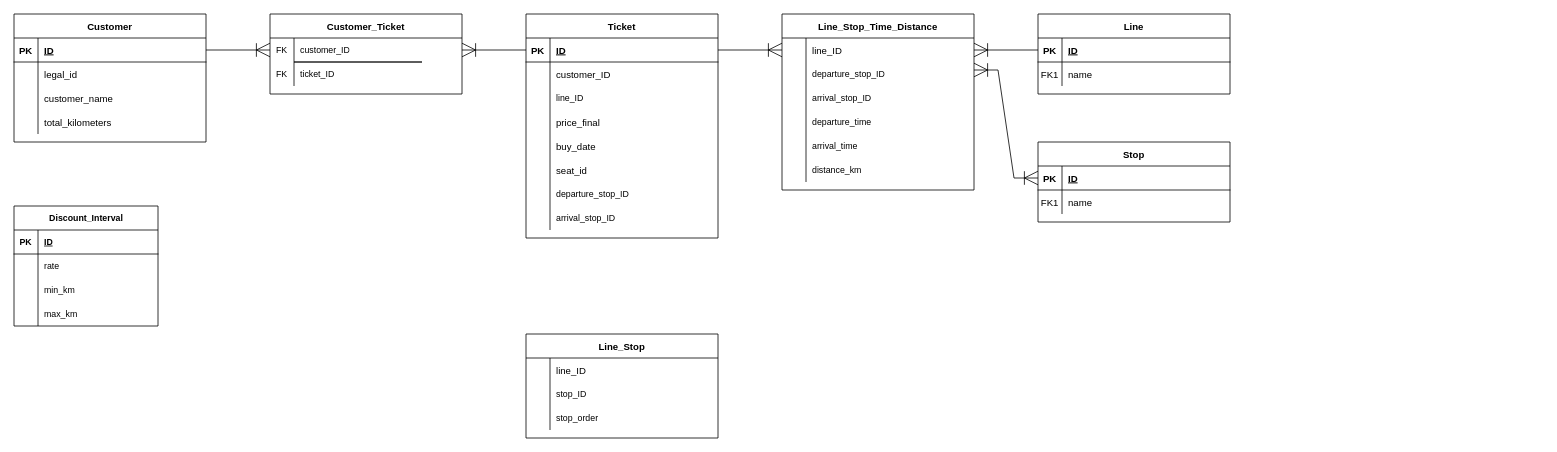
This is bustransport.drawio from satosamo/bustransport, a draw.io file, before an edit. Source tidied: cells renumbered, new cells numbered last; positions are measured from the earlier drawing's top-left corner, leaving out a move shared by most shapes. Both pictures are drawn from the tidied source at 80%, with x=0, y=0 at pixel (14, 14).
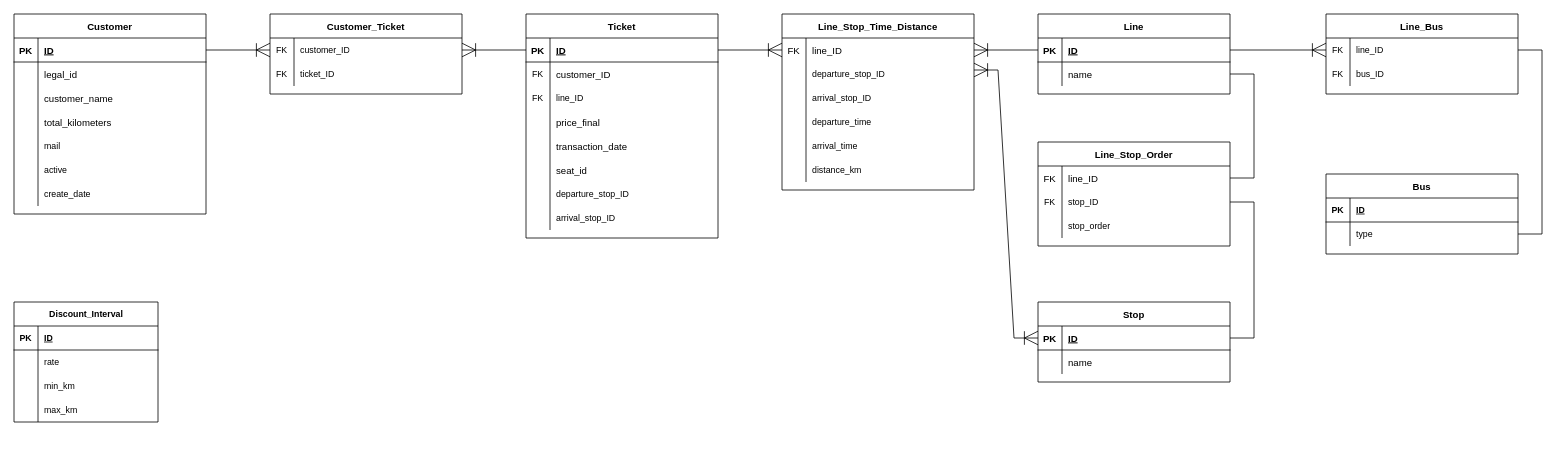
The same diagram, later.

Unchanged cells that the change refers to:
```xml
<mxCell id="3" style="shape=partialRectangle;fillColor=none;points=[[0,0.5],[1,0.5]];portConstraint=eastwest;top=0;left=0;right=0;bottom=1;" parent="2" vertex="1">
  <mxGeometry y="30" width="240" height="30" as="geometry" />
</mxCell>
<mxCell id="6" style="shape=partialRectangle;fillColor=none;top=0;left=0;right=0;bottom=0;" parent="2" vertex="1">
  <mxGeometry y="60" width="240" height="30" as="geometry" />
</mxCell>
<mxCell id="47" style="shape=partialRectangle;fillColor=none;points=[[0,0.5],[1,0.5]];portConstraint=eastwest;top=0;left=0;right=0;bottom=1;" parent="46" vertex="1">
  <mxGeometry y="30" width="240" height="30" as="geometry" />
</mxCell>
<mxCell id="50" style="shape=partialRectangle;fillColor=none;points=[[0,0.5],[1,0.5]];portConstraint=eastwest;top=0;left=0;right=0;bottom=0;" parent="46" vertex="1">
  <mxGeometry y="60" width="240" height="30" as="geometry" />
</mxCell>
<mxCell id="54" style="shape=partialRectangle;fillColor=none;points=[[0,0.5],[1,0.5]];portConstraint=eastwest;top=0;left=0;right=0;bottom=0;" parent="53" vertex="1">
  <mxGeometry y="30" width="240" height="30" as="geometry" />
</mxCell>
<mxCell id="57" style="shape=tableRow;horizontal=0;startSize=0;swimlaneHead=0;swimlaneBody=0;fillColor=none;points=[[0,0.5],[1,0.5]];portConstraint=eastwest;top=0;left=0;right=0;bottom=0;align=center;verticalAlign=middle;fontFamily=Helvetica;fontSize=11;fontColor=default;labelBackgroundColor=default;" parent="53" vertex="1">
  <mxGeometry y="60" width="240" height="30" as="geometry" />
</mxCell>
<mxCell id="67" style="shape=tableRow;horizontal=0;startSize=0;swimlaneHead=0;swimlaneBody=0;fillColor=none;top=0;left=0;right=0;bottom=0;align=center;verticalAlign=middle;fontFamily=Helvetica;fontSize=11;fontColor=default;labelBackgroundColor=default;" parent="63" vertex="1">
  <mxGeometry y="60" width="240" height="30" as="geometry" />
</mxCell>
<mxCell id="70" style="shape=tableRow;horizontal=0;startSize=0;swimlaneHead=0;swimlaneBody=0;fillColor=none;top=0;left=0;right=0;bottom=0;align=center;verticalAlign=middle;fontFamily=Helvetica;fontSize=11;fontColor=default;labelBackgroundColor=default;" parent="63" vertex="1">
  <mxGeometry y="90" width="240" height="30" as="geometry" />
</mxCell>
<mxCell id="76" style="shape=partialRectangle;fillColor=none;top=0;left=0;right=0;bottom=0;" parent="63" vertex="1">
  <mxGeometry y="150" width="240" height="30" as="geometry" />
</mxCell>
<mxCell id="89" style="shape=partialRectangle;fillColor=none;points=[[0,0.5],[1,0.5]];portConstraint=eastwest;top=0;left=0;right=0;bottom=0;" parent="88" vertex="1">
  <mxGeometry y="30" width="240" height="30" as="geometry" />
</mxCell>
```

Change to the diagram source:
```diff
@@
     <mxCell id="2" value="Stop" style="shape=table;startSize=30;childLayout=tableLayout;rowLines=0;fontStyle=1;align=center;" parent="1" vertex="1">
-      <mxGeometry x="1280" y="160" width="240" height="100" as="geometry" />
+      <mxGeometry x="1280" y="360" width="240" height="100" as="geometry" />
     </mxCell>
@@
-    <mxCell id="7" value="FK1" style="shape=partialRectangle;overflow=hidden;fillColor=none;top=0;left=0;bottom=0;right=0;" parent="6" vertex="1">
+    <mxCell id="7" style="shape=partialRectangle;overflow=hidden;fillColor=none;top=0;left=0;bottom=0;right=0;" parent="6" vertex="1">
       <mxGeometry width="30" height="30" as="geometry" />
     </mxCell>
@@
     <mxCell id="9" value="Customer" style="shape=table;startSize=30;childLayout=tableLayout;rowLines=0;fontStyle=1;align=center;" parent="1" vertex="1">
-      <mxGeometry width="240" height="160" as="geometry" />
+      <mxGeometry width="240" height="250" as="geometry" />
     </mxCell>
@@
+    <mxCell id="110" style="shape=tableRow;horizontal=0;startSize=0;swimlaneHead=0;swimlaneBody=0;fillColor=none;top=0;left=0;right=0;bottom=0;align=center;verticalAlign=middle;fontFamily=Helvetica;fontSize=11;fontColor=default;labelBackgroundColor=default;" parent="9" vertex="1">
+      <mxGeometry y="150" width="240" height="30" as="geometry" />
+    </mxCell>
+    <mxCell id="111" style="shape=partialRectangle;fillColor=none;top=0;left=0;bottom=0;right=0;overflow=hidden;align=center;verticalAlign=middle;fontFamily=Helvetica;fontSize=11;fontColor=default;labelBackgroundColor=default;" parent="110" vertex="1">
+      <mxGeometry width="30" height="30" as="geometry" />
+    </mxCell>
+    <mxCell id="112" value="mail" style="shape=partialRectangle;fillColor=none;top=0;left=0;bottom=0;right=0;align=left;spacingLeft=6;overflow=hidden;verticalAlign=middle;fontFamily=Helvetica;fontSize=11;fontColor=default;labelBackgroundColor=default;" parent="110" vertex="1">
+      <mxGeometry x="30" width="210" height="30" as="geometry" />
+    </mxCell>
+    <mxCell id="113" style="shape=tableRow;horizontal=0;startSize=0;swimlaneHead=0;swimlaneBody=0;fillColor=none;top=0;left=0;right=0;bottom=0;align=center;verticalAlign=middle;fontFamily=Helvetica;fontSize=11;fontColor=default;labelBackgroundColor=default;" parent="9" vertex="1">
+      <mxGeometry y="180" width="240" height="30" as="geometry" />
+    </mxCell>
+    <mxCell id="114" style="shape=partialRectangle;fillColor=none;top=0;left=0;bottom=0;right=0;overflow=hidden;align=center;verticalAlign=middle;fontFamily=Helvetica;fontSize=11;fontColor=default;labelBackgroundColor=default;" parent="113" vertex="1">
+      <mxGeometry width="30" height="30" as="geometry" />
+    </mxCell>
+    <mxCell id="115" value="active" style="shape=partialRectangle;fillColor=none;top=0;left=0;bottom=0;right=0;align=left;spacingLeft=6;overflow=hidden;verticalAlign=middle;fontFamily=Helvetica;fontSize=11;fontColor=default;labelBackgroundColor=default;" parent="113" vertex="1">
+      <mxGeometry x="30" width="210" height="30" as="geometry" />
+    </mxCell>
+    <mxCell id="116" style="shape=tableRow;horizontal=0;startSize=0;swimlaneHead=0;swimlaneBody=0;fillColor=none;top=0;left=0;right=0;bottom=0;align=center;verticalAlign=middle;fontFamily=Helvetica;fontSize=11;fontColor=default;labelBackgroundColor=default;" parent="9" vertex="1">
+      <mxGeometry y="210" width="240" height="30" as="geometry" />
+    </mxCell>
+    <mxCell id="117" style="shape=partialRectangle;fillColor=none;top=0;left=0;bottom=0;right=0;overflow=hidden;align=center;verticalAlign=middle;fontFamily=Helvetica;fontSize=11;fontColor=default;labelBackgroundColor=default;" parent="116" vertex="1">
+      <mxGeometry width="30" height="30" as="geometry" />
+    </mxCell>
+    <mxCell id="118" value="create_date" style="shape=partialRectangle;fillColor=none;top=0;left=0;bottom=0;right=0;align=left;spacingLeft=6;overflow=hidden;verticalAlign=middle;fontFamily=Helvetica;fontSize=11;fontColor=default;labelBackgroundColor=default;" parent="116" vertex="1">
+      <mxGeometry x="30" width="210" height="30" as="geometry" />
+    </mxCell>
@@
-    <mxCell id="29" style="endArrow=none;html=1;rounded=0;strokeColor=default;strokeWidth=1;align=center;verticalAlign=middle;fontFamily=Helvetica;fontSize=11;fontColor=default;labelBackgroundColor=default;edgeStyle=entityRelationEdgeStyle;endSize=15;" parent="1" edge="1">
-      <mxGeometry relative="1" as="geometry">
-        <mxPoint x="350" y="60" as="sourcePoint" />
-        <mxPoint x="510" y="60" as="targetPoint" />
-      </mxGeometry>
-    </mxCell>
-    <mxCell id="30" style="endArrow=none;html=1;rounded=0;strokeColor=default;strokeWidth=1;align=center;verticalAlign=middle;fontFamily=Helvetica;fontSize=11;fontColor=default;labelBackgroundColor=default;edgeStyle=entityRelationEdgeStyle;endSize=15;" parent="1" edge="1">
-      <mxGeometry relative="1" as="geometry">
-        <mxPoint x="350" y="60" as="sourcePoint" />
-        <mxPoint x="510" y="60" as="targetPoint" />
-      </mxGeometry>
-    </mxCell>
@@
     <mxCell id="33" value="Discount_Interval" style="shape=table;startSize=30;childLayout=tableLayout;rowLines=0;fontStyle=1;align=center;html=1;verticalAlign=middle;fontFamily=Helvetica;fontSize=11;fontColor=default;labelBackgroundColor=default;fillColor=none;gradientColor=none;" parent="1" vertex="1">
-      <mxGeometry y="240" width="180" height="150" as="geometry" />
+      <mxGeometry y="360" width="180" height="150" as="geometry" />
     </mxCell>
@@
-    <mxCell id="51" value="FK1" style="shape=partialRectangle;overflow=hidden;fillColor=none;top=0;left=0;bottom=0;right=0;" parent="50" vertex="1">
+    <mxCell id="51" style="shape=partialRectangle;overflow=hidden;fillColor=none;top=0;left=0;bottom=0;right=0;" parent="50" vertex="1">
       <mxGeometry width="30" height="30" as="geometry" />
     </mxCell>
@@
-    <mxCell id="53" value="Line_Stop" style="shape=table;startSize=30;childLayout=tableLayout;rowLines=0;fontStyle=1;align=center;" parent="1" vertex="1">
-      <mxGeometry x="640" y="400" width="240" height="130" as="geometry" />
+    <mxCell id="53" value="Line_Stop_Order" style="shape=table;startSize=30;childLayout=tableLayout;rowLines=0;fontStyle=1;align=center;" parent="1" vertex="1">
+      <mxGeometry x="1280" y="160" width="240" height="130" as="geometry" />
     </mxCell>
@@
-    <mxCell id="55" style="shape=partialRectangle;overflow=hidden;fillColor=none;top=0;left=0;bottom=0;right=0;" parent="54" vertex="1">
+    <mxCell id="55" value="FK" style="shape=partialRectangle;overflow=hidden;fillColor=none;top=0;left=0;bottom=0;right=0;" parent="54" vertex="1">
       <mxGeometry width="30" height="30" as="geometry" />
     </mxCell>
@@
-    <mxCell id="58" style="shape=partialRectangle;fillColor=none;top=0;left=0;bottom=0;right=0;fontStyle=0;overflow=hidden;whiteSpace=wrap;html=1;align=center;verticalAlign=middle;fontFamily=Helvetica;fontSize=11;fontColor=default;labelBackgroundColor=default;" parent="57" vertex="1">
+    <mxCell id="58" value="FK" style="shape=partialRectangle;fillColor=none;top=0;left=0;bottom=0;right=0;fontStyle=0;overflow=hidden;whiteSpace=wrap;html=1;align=center;verticalAlign=middle;fontFamily=Helvetica;fontSize=11;fontColor=default;labelBackgroundColor=default;" parent="57" vertex="1">
       <mxGeometry width="30" height="30" as="geometry" />
     </mxCell>
@@
-    <mxCell id="68" style="shape=partialRectangle;fillColor=none;top=0;left=0;bottom=0;right=0;overflow=hidden;align=center;verticalAlign=middle;fontFamily=Helvetica;fontSize=11;fontColor=default;labelBackgroundColor=default;" parent="67" vertex="1">
+    <mxCell id="68" value="FK" style="shape=partialRectangle;fillColor=none;top=0;left=0;bottom=0;right=0;overflow=hidden;align=center;verticalAlign=middle;fontFamily=Helvetica;fontSize=11;fontColor=default;labelBackgroundColor=default;" parent="67" vertex="1">
       <mxGeometry width="30" height="30" as="geometry" />
     </mxCell>
@@
-    <mxCell id="71" style="shape=partialRectangle;fillColor=none;top=0;left=0;bottom=0;right=0;overflow=hidden;align=center;verticalAlign=middle;fontFamily=Helvetica;fontSize=11;fontColor=default;labelBackgroundColor=default;" parent="70" vertex="1">
+    <mxCell id="71" value="FK" style="shape=partialRectangle;fillColor=none;top=0;left=0;bottom=0;right=0;overflow=hidden;align=center;verticalAlign=middle;fontFamily=Helvetica;fontSize=11;fontColor=default;labelBackgroundColor=default;" parent="70" vertex="1">
       <mxGeometry width="30" height="30" as="geometry" />
     </mxCell>
@@
-    <mxCell id="78" value="buy_date" style="shape=partialRectangle;overflow=hidden;fillColor=none;top=0;left=0;bottom=0;right=0;align=left;spacingLeft=6;" parent="76" vertex="1">
+    <mxCell id="78" value="transaction_date" style="shape=partialRectangle;overflow=hidden;fillColor=none;top=0;left=0;bottom=0;right=0;align=left;spacingLeft=6;" parent="76" vertex="1">
       <mxGeometry x="30" width="210" height="30" as="geometry" />
     </mxCell>
@@
-    <mxCell id="90" style="shape=partialRectangle;overflow=hidden;fillColor=none;top=0;left=0;bottom=0;right=0;" parent="89" vertex="1">
+    <mxCell id="90" value="FK" style="shape=partialRectangle;overflow=hidden;fillColor=none;top=0;left=0;bottom=0;right=0;" parent="89" vertex="1">
       <mxGeometry width="30" height="30" as="geometry" />
     </mxCell>
@@
+    <mxCell id="119" style="endArrow=none;html=1;rounded=0;strokeColor=default;strokeWidth=1;align=center;verticalAlign=middle;fontFamily=Helvetica;fontSize=11;fontColor=default;labelBackgroundColor=default;edgeStyle=entityRelationEdgeStyle;endSize=15;entryX=1;entryY=0.5;entryDx=0;entryDy=0;exitX=1;exitY=0.5;exitDx=0;exitDy=0;" parent="1" edge="1" source="50" target="54">
+      <mxGeometry relative="1" as="geometry" />
+    </mxCell>
+    <mxCell id="120" style="endArrow=none;html=1;rounded=0;strokeColor=default;strokeWidth=1;align=center;verticalAlign=middle;fontFamily=Helvetica;fontSize=11;fontColor=default;labelBackgroundColor=default;edgeStyle=entityRelationEdgeStyle;endSize=15;entryX=1;entryY=0.5;entryDx=0;entryDy=0;exitX=1;exitY=0.5;exitDx=0;exitDy=0;" parent="1" edge="1" source="3" target="57">
+      <mxGeometry relative="1" as="geometry" />
+    </mxCell>
+    <mxCell id="121" value="Line_Bus" style="shape=table;startSize=30;childLayout=tableLayout;rowLines=0;fontStyle=1;align=center;" parent="1" vertex="1">
+      <mxGeometry x="1640" width="240" height="100" as="geometry" />
+    </mxCell>
+    <mxCell id="122" style="shape=tableRow;horizontal=0;startSize=0;swimlaneHead=0;swimlaneBody=0;fillColor=none;points=[[0,0.5],[1,0.5]];portConstraint=eastwest;top=0;left=0;right=0;bottom=0;align=center;verticalAlign=middle;fontFamily=Helvetica;fontSize=11;fontColor=default;labelBackgroundColor=default;" parent="121" vertex="1">
+      <mxGeometry y="30" width="240" height="30" as="geometry" />
+    </mxCell>
+    <mxCell id="123" value="FK" style="shape=partialRectangle;fillColor=none;top=0;left=0;bottom=0;right=0;overflow=hidden;align=center;verticalAlign=middle;fontFamily=Helvetica;fontSize=11;fontColor=default;labelBackgroundColor=default;" parent="122" vertex="1">
+      <mxGeometry width="30" height="30" as="geometry" />
+    </mxCell>
+    <mxCell id="124" value="line_ID" style="shape=partialRectangle;fillColor=none;top=0;left=0;bottom=0;right=0;align=left;spacingLeft=6;overflow=hidden;verticalAlign=middle;fontFamily=Helvetica;fontSize=11;fontColor=default;labelBackgroundColor=default;" parent="122" vertex="1">
+      <mxGeometry x="30" width="210" height="30" as="geometry" />
+    </mxCell>
+    <mxCell id="125" style="shape=tableRow;horizontal=0;startSize=0;swimlaneHead=0;swimlaneBody=0;fillColor=none;top=0;left=0;right=0;bottom=0;align=center;verticalAlign=middle;fontFamily=Helvetica;fontSize=11;fontColor=default;labelBackgroundColor=default;" parent="121" vertex="1">
+      <mxGeometry y="60" width="240" height="30" as="geometry" />
+    </mxCell>
+    <mxCell id="126" value="FK" style="shape=partialRectangle;fillColor=none;top=0;left=0;bottom=0;right=0;overflow=hidden;align=center;verticalAlign=middle;fontFamily=Helvetica;fontSize=11;fontColor=default;labelBackgroundColor=default;" parent="125" vertex="1">
+      <mxGeometry width="30" height="30" as="geometry" />
+    </mxCell>
+    <mxCell id="127" value="bus_ID" style="shape=partialRectangle;fillColor=none;top=0;left=0;bottom=0;right=0;align=left;spacingLeft=6;overflow=hidden;verticalAlign=middle;fontFamily=Helvetica;fontSize=11;fontColor=default;labelBackgroundColor=default;" parent="125" vertex="1">
+      <mxGeometry x="30" width="210" height="30" as="geometry" />
+    </mxCell>
+    <mxCell id="128" style="edgeStyle=entityRelationEdgeStyle;fontSize=12;html=1;endArrow=none;rounded=0;strokeColor=default;strokeWidth=1;align=center;verticalAlign=middle;fontFamily=Helvetica;fontColor=default;labelBackgroundColor=default;endSize=15;entryX=1;entryY=0.5;entryDx=0;entryDy=0;exitX=0;exitY=0.5;exitDx=0;exitDy=0;startSize=15;startArrow=ERoneToMany;startFill=0;endFill=0;" parent="1" edge="1" source="122" target="47">
+      <mxGeometry relative="1" as="geometry">
+        <Array as="points">
+          <mxPoint x="1260" y="200.5" />
+          <mxPoint x="1250" y="80" />
+          <mxPoint x="1230" y="100" />
+        </Array>
+      </mxGeometry>
+    </mxCell>
+    <mxCell id="129" value="Bus" style="shape=table;startSize=30;childLayout=tableLayout;rowLines=0;fontStyle=1;align=center;" parent="1" vertex="1">
+      <mxGeometry x="1640" y="200" width="240" height="100" as="geometry" />
+    </mxCell>
+    <mxCell id="130" style="shape=tableRow;horizontal=0;startSize=0;swimlaneHead=0;swimlaneBody=0;fillColor=none;top=0;left=0;right=0;bottom=1;align=center;verticalAlign=middle;fontFamily=Helvetica;fontSize=11;fontColor=default;labelBackgroundColor=default;" parent="129" vertex="1">
+      <mxGeometry y="30" width="240" height="30" as="geometry" />
+    </mxCell>
+    <mxCell id="131" value="PK" style="shape=partialRectangle;fillColor=none;top=0;left=0;bottom=0;right=0;fontStyle=1;overflow=hidden;whiteSpace=wrap;html=1;align=center;verticalAlign=middle;fontFamily=Helvetica;fontSize=11;fontColor=default;labelBackgroundColor=default;" parent="130" vertex="1">
+      <mxGeometry width="30" height="30" as="geometry" />
+    </mxCell>
+    <mxCell id="132" value="ID" style="shape=partialRectangle;fillColor=none;top=0;left=0;bottom=0;right=0;align=left;spacingLeft=6;fontStyle=5;overflow=hidden;whiteSpace=wrap;html=1;verticalAlign=middle;fontFamily=Helvetica;fontSize=11;fontColor=default;labelBackgroundColor=default;" parent="130" vertex="1">
+      <mxGeometry x="30" width="210" height="30" as="geometry" />
+    </mxCell>
+    <mxCell id="133" style="shape=tableRow;horizontal=0;startSize=0;swimlaneHead=0;swimlaneBody=0;fillColor=none;points=[[0,0.5],[1,0.5]];portConstraint=eastwest;top=0;left=0;right=0;bottom=0;align=center;verticalAlign=middle;fontFamily=Helvetica;fontSize=11;fontColor=default;labelBackgroundColor=default;" parent="129" vertex="1">
+      <mxGeometry y="60" width="240" height="30" as="geometry" />
+    </mxCell>
+    <mxCell id="134" style="shape=partialRectangle;fillColor=none;top=0;left=0;bottom=0;right=0;overflow=hidden;align=center;verticalAlign=middle;fontFamily=Helvetica;fontSize=11;fontColor=default;labelBackgroundColor=default;" parent="133" vertex="1">
+      <mxGeometry width="30" height="30" as="geometry" />
+    </mxCell>
+    <mxCell id="135" value="type" style="shape=partialRectangle;fillColor=none;top=0;left=0;bottom=0;right=0;align=left;spacingLeft=6;overflow=hidden;verticalAlign=middle;fontFamily=Helvetica;fontSize=11;fontColor=default;labelBackgroundColor=default;" parent="133" vertex="1">
+      <mxGeometry x="30" width="210" height="30" as="geometry" />
+    </mxCell>
+    <mxCell id="136" style="endArrow=none;html=1;rounded=0;strokeColor=default;strokeWidth=1;align=center;verticalAlign=middle;fontFamily=Helvetica;fontSize=11;fontColor=default;labelBackgroundColor=default;edgeStyle=entityRelationEdgeStyle;endSize=15;entryX=1;entryY=0.5;entryDx=0;entryDy=0;exitX=1;exitY=0.5;exitDx=0;exitDy=0;" parent="1" edge="1" source="122" target="133">
+      <mxGeometry relative="1" as="geometry" />
+    </mxCell>
```
